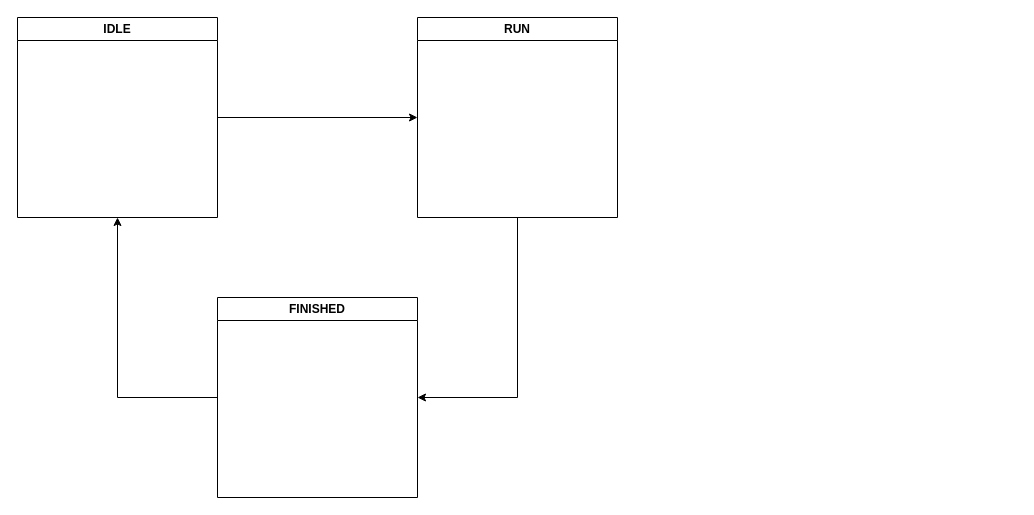
Heimvik/TFE4141 keeps this draw.io diagram as page "BLAKELEY_MODULE_REV2_CONTROL" (3 of 5) of Microarchitecture/ControlStateDiagrams/CtrlStateDiagrams.drawio. Above is the earlier version. Source tidied: cells renumbered, new cells numbered last; positions are measured from the earlier drawing's top-left corner, leaving out a move shared by most shapes. Both pictures are drawn from the tidied source at 100%, with x=0, y=0 at pixel (17, 17).
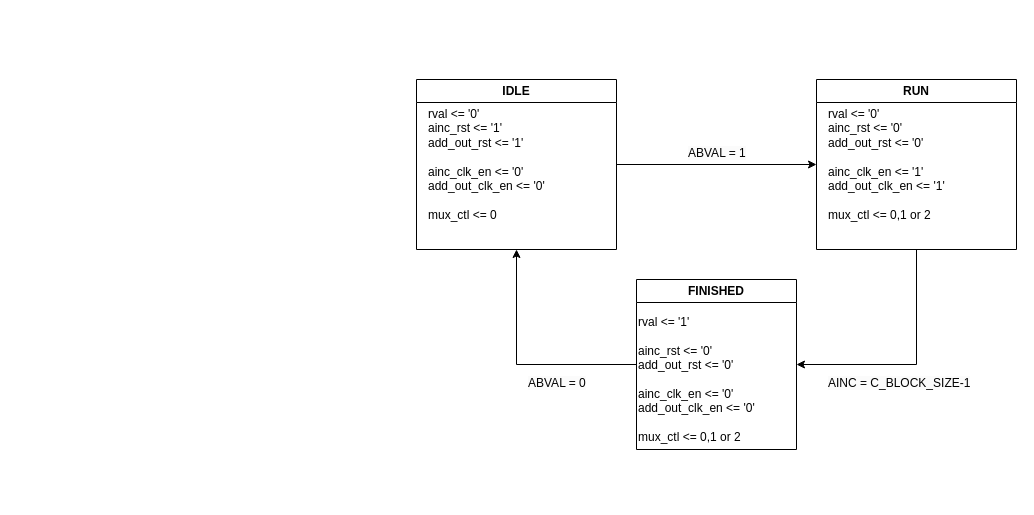
The same page after the edit.

Change to the diagram source:
```diff
@@
 <mxGraphModel>
   <root>
     <mxCell id="0" />
     <mxCell id="1" parent="0" />
     <mxCell id="2" style="edgeStyle=orthogonalEdgeStyle;rounded=0;jettySize=auto;html=1;exitX=1;exitY=0.5;exitDx=0;exitDy=0;entryX=0;entryY=0.5;entryDx=0;entryDy=0;" parent="1" edge="1" source="3" target="5">
       <mxGeometry relative="1" as="geometry" />
     </mxCell>
     <mxCell id="3" value="IDLE" style="swimlane;whiteSpace=wrap;html=1;" parent="1" vertex="1">
-      <mxGeometry width="200" height="200" as="geometry" />
+      <mxGeometry x="399" y="62" width="200" height="170" as="geometry" />
     </mxCell>
+    <mxCell id="9" value="&lt;br&gt;rval &amp;lt;= '0'&lt;br&gt;ainc_rst &amp;lt;= '1'&lt;br&gt;add_out_rst &amp;lt;= '1'&lt;div&gt;&lt;br&gt;ainc_clk_en &amp;lt;= '0'&lt;br&gt;add_out_clk_en &amp;lt;= '0'&lt;br&gt;&lt;br&gt;&lt;/div&gt;&lt;div&gt;mux_ctl &amp;lt;= 0&lt;br&gt;&lt;br&gt;&lt;/div&gt;" style="text;html=1;align=left;verticalAlign=middle;whiteSpace=wrap;rounded=0;" parent="3" vertex="1">
+      <mxGeometry x="10" y="10" width="160" height="150" as="geometry" />
+    </mxCell>
     <mxCell id="4" style="edgeStyle=orthogonalEdgeStyle;rounded=0;jettySize=auto;html=1;exitX=0.5;exitY=1;exitDx=0;exitDy=0;entryX=1;entryY=0.5;entryDx=0;entryDy=0;" parent="1" edge="1" source="5" target="7">
       <mxGeometry relative="1" as="geometry" />
     </mxCell>
     <mxCell id="5" value="RUN" style="swimlane;whiteSpace=wrap;html=1;" parent="1" vertex="1">
-      <mxGeometry x="400" width="200" height="200" as="geometry" />
+      <mxGeometry x="799" y="62" width="200" height="170" as="geometry" />
     </mxCell>
+    <mxCell id="10" value="rval &amp;lt;= '0'&lt;br&gt;ainc_rst &amp;lt;= '0'&lt;br&gt;add_out_rst &amp;lt;= '0'&lt;div&gt;&lt;br&gt;ainc_clk_en &amp;lt;= '1'&lt;br&gt;add_out_clk_en &amp;lt;= '1'&lt;br&gt;&lt;br&gt;mux_ctl &amp;lt;= 0,1 or 2&lt;/div&gt;" style="text;html=1;align=left;verticalAlign=middle;strokeColor=none;fillColor=none;" parent="5" vertex="1">
+      <mxGeometry x="10" y="20" width="140" height="130" as="geometry" />
+    </mxCell>
     <mxCell id="6" style="edgeStyle=orthogonalEdgeStyle;rounded=0;jettySize=auto;html=1;exitX=0;exitY=0.5;exitDx=0;exitDy=0;entryX=0.5;entryY=1;entryDx=0;entryDy=0;" parent="1" edge="1" source="7" target="3">
       <mxGeometry relative="1" as="geometry" />
     </mxCell>
     <mxCell id="7" value="FINISHED" style="swimlane;whiteSpace=wrap;html=1;" parent="1" vertex="1">
-      <mxGeometry x="200" y="280" width="200" height="200" as="geometry" />
+      <mxGeometry x="619" y="262" width="160" height="170" as="geometry" />
     </mxCell>
+    <mxCell id="11" value="rval &amp;lt;= '1'&lt;br&gt;&lt;br&gt;ainc_rst &amp;lt;= '0'&lt;br&gt;add_out_rst &amp;lt;= '0'&lt;br&gt;&lt;br&gt;&lt;div&gt;ainc_clk_en &amp;lt;= '0'&lt;br&gt;add_out_clk_en &amp;lt;= '0'&lt;br&gt;&lt;br&gt;mux_ctl &amp;lt;= 0,1 or 2&lt;/div&gt;" style="text;html=1;align=left;verticalAlign=middle;strokeColor=none;fillColor=none;" parent="7" vertex="1">
+      <mxGeometry y="30" width="140" height="140" as="geometry" />
+    </mxCell>
     <mxCell id="8" value="&lt;div&gt;&lt;br&gt;&lt;/div&gt;" style="text;html=1;align=center;verticalAlign=middle;strokeColor=none;fillColor=none;" parent="1" vertex="1">
-      <mxGeometry x="40" y="33" width="20" height="30" as="geometry" />
+      <mxGeometry x="439" y="40" width="20" height="30" as="geometry" />
     </mxCell>
+    <mxCell id="12" value="&lt;span style=&quot;color: rgb(0, 0, 0); font-family: Helvetica; font-size: 12px; font-style: normal; font-variant-ligatures: normal; font-variant-caps: normal; font-weight: 400; letter-spacing: normal; orphans: 2; text-align: center; text-indent: 0px; text-transform: none; widows: 2; word-spacing: 0px; -webkit-text-stroke-width: 0px; white-space: nowrap; background-color: rgb(251, 251, 251); text-decoration-thickness: initial; text-decoration-style: initial; text-decoration-color: initial; display: inline !important; float: none;&quot;&gt;ABVAL = 1&lt;/span&gt;" style="text;whiteSpace=wrap;html=1;" parent="1" vertex="1">
+      <mxGeometry x="669" y="122" width="90" height="40" as="geometry" />
+    </mxCell>
+    <mxCell id="13" value="&lt;span style=&quot;color: rgb(0, 0, 0); font-family: Helvetica; font-size: 12px; font-style: normal; font-variant-ligatures: normal; font-variant-caps: normal; font-weight: 400; letter-spacing: normal; orphans: 2; text-align: center; text-indent: 0px; text-transform: none; widows: 2; word-spacing: 0px; -webkit-text-stroke-width: 0px; white-space: nowrap; background-color: rgb(251, 251, 251); text-decoration-thickness: initial; text-decoration-style: initial; text-decoration-color: initial; display: inline !important; float: none;&quot;&gt;AINC = C_BLOCK_SIZE-1&lt;/span&gt;" style="text;whiteSpace=wrap;html=1;" parent="1" vertex="1">
+      <mxGeometry x="809" y="352" width="90" height="40" as="geometry" />
+    </mxCell>
+    <mxCell id="14" value="&lt;span style=&quot;color: rgb(0, 0, 0); font-family: Helvetica; font-size: 12px; font-style: normal; font-variant-ligatures: normal; font-variant-caps: normal; font-weight: 400; letter-spacing: normal; orphans: 2; text-align: center; text-indent: 0px; text-transform: none; widows: 2; word-spacing: 0px; -webkit-text-stroke-width: 0px; white-space: nowrap; background-color: rgb(251, 251, 251); text-decoration-thickness: initial; text-decoration-style: initial; text-decoration-color: initial; display: inline !important; float: none;&quot;&gt;ABVAL = 0&lt;/span&gt;" style="text;whiteSpace=wrap;html=1;" parent="1" vertex="1">
+      <mxGeometry x="509" y="352" width="90" height="40" as="geometry" />
+    </mxCell>
   </root>
 </mxGraphModel>
```
